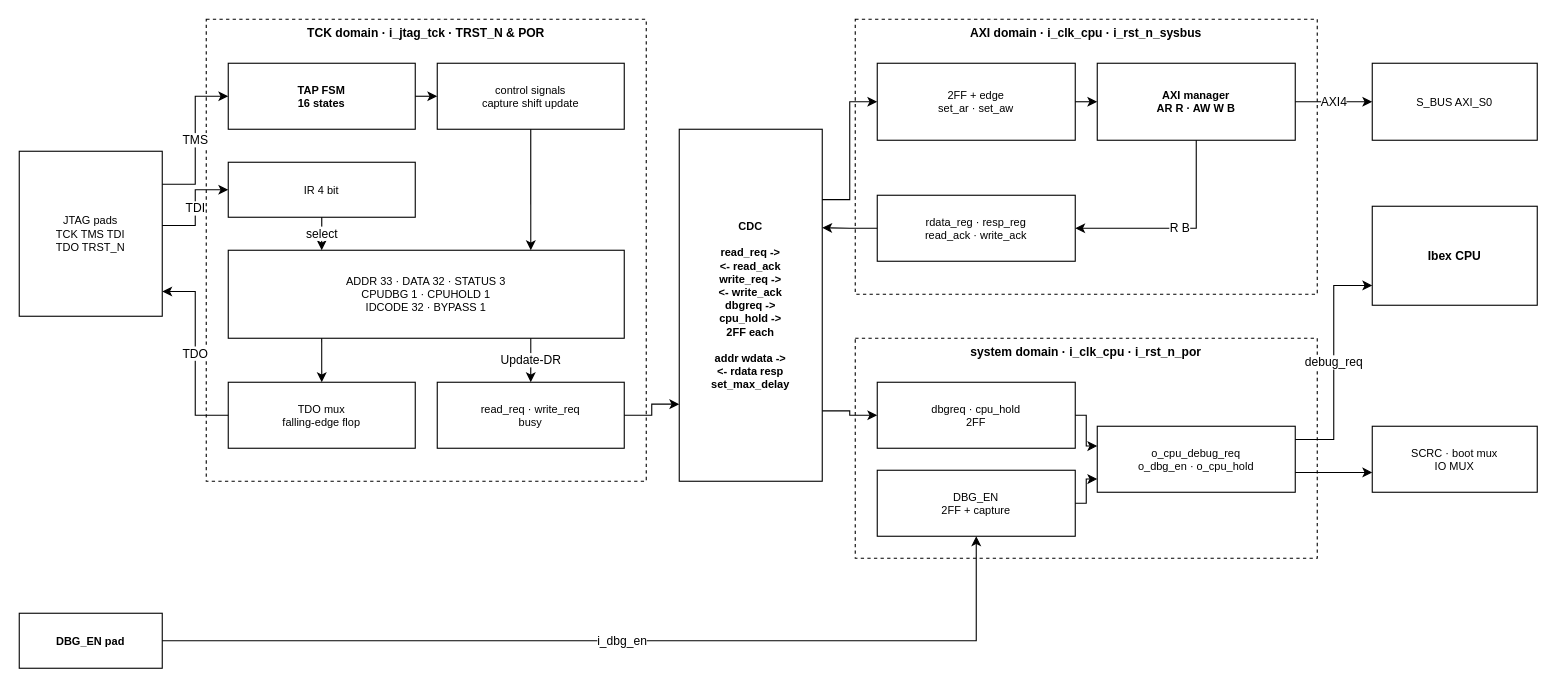
Earlier version of the draw.io diagram page "SYSDBG block diagram" (1 of 3) of doc/drawio/QNSC_SYSDBG_MAS.drawio (quynhonsemiconductor/vlsi_deep_training). Source tidied: cells renumbered, new cells numbered last; positions are measured from the earlier drawing's top-left corner, leaving out a move shared by most shapes. Both pictures are drawn from the tidied source at 110%, with x=0, y=0 at pixel (19, 19).
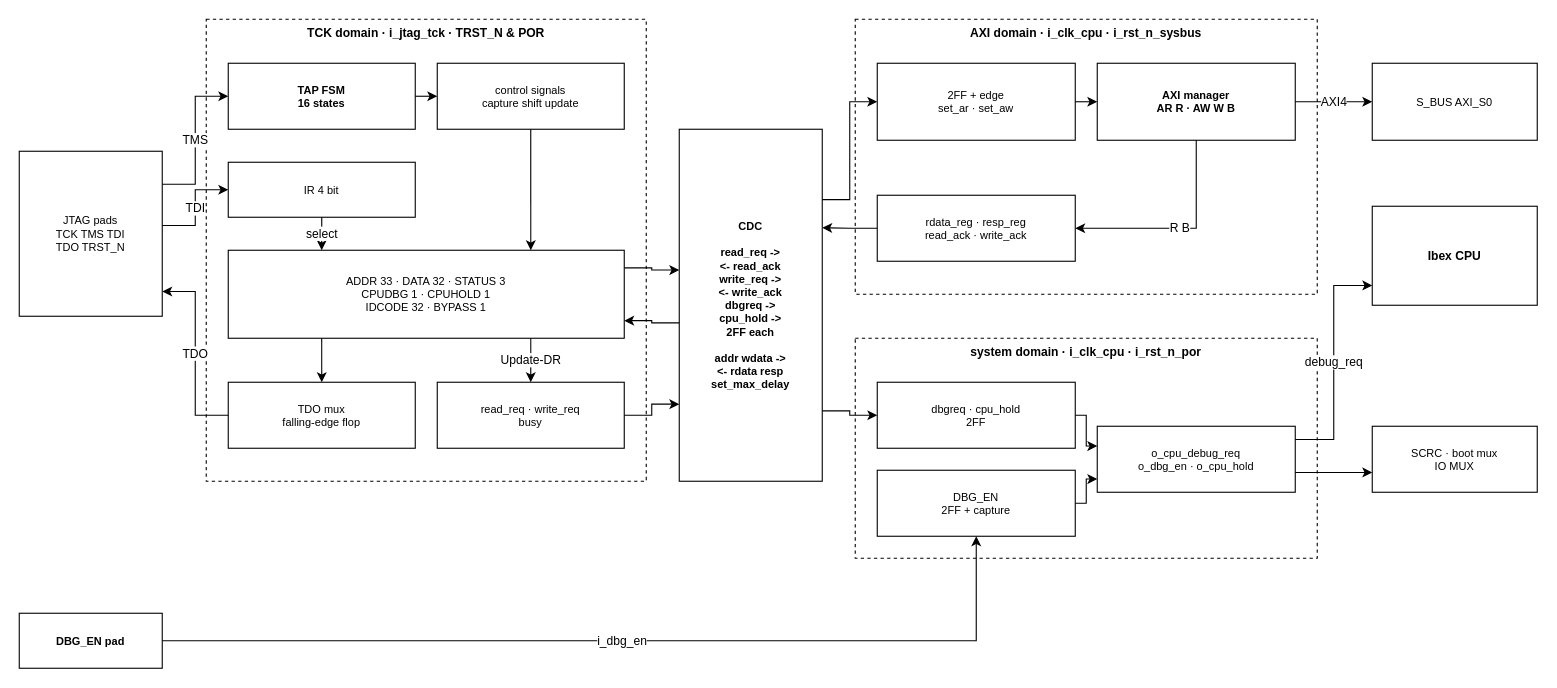
Above is the later version.

The change refers to these unchanged cells:
```xml
<mxCell id="8" value="ADDR 33  ·  DATA 32  ·  STATUS 3&#10;CPUDBG 1  ·  CPUHOLD 1&#10;IDCODE 32  ·  BYPASS 1" style="rounded=0;whiteSpace=wrap;html=1;fillColor=#ffffff;strokeColor=#000000;fontSize=10;dashed=0;verticalAlign=middle;" parent="1" vertex="1">
  <mxGeometry x="190" y="210" width="360" height="80" as="geometry" />
</mxCell>
<mxCell id="11" value="CDC&#10;&#10;read_req  -&gt;&#10;&lt;-  read_ack&#10;write_req  -&gt;&#10;&lt;-  write_ack&#10;dbgreq  -&gt;&#10;cpu_hold  -&gt;&#10;2FF each&#10;&#10;addr  wdata  -&gt;&#10;&lt;-  rdata  resp&#10;set_max_delay" style="rounded=0;whiteSpace=wrap;html=1;fillColor=#ffffff;strokeColor=#000000;fontSize=10;dashed=0;fontStyle=1;verticalAlign=middle;" parent="1" vertex="1">
  <mxGeometry x="600" y="100" width="130" height="320" as="geometry" />
</mxCell>
```

Change to the diagram source:
```diff
@@
+    <mxCell id="43" style="edgeStyle=orthogonalEdgeStyle;rounded=0;html=1;exitX=1.0;exitY=0.2;entryX=0.0;entryY=0.4;exitDx=0;exitDy=0;entryDx=0;entryDy=0;" parent="1" edge="1" source="8" target="11">
+      <mxGeometry relative="1" as="geometry" />
+    </mxCell>
+    <mxCell id="44" style="edgeStyle=orthogonalEdgeStyle;rounded=0;html=1;exitX=0.0;exitY=0.55;entryX=1.0;entryY=0.8;exitDx=0;exitDy=0;entryDx=0;entryDy=0;" parent="1" edge="1" source="11" target="8">
+      <mxGeometry relative="1" as="geometry" />
+    </mxCell>
```
